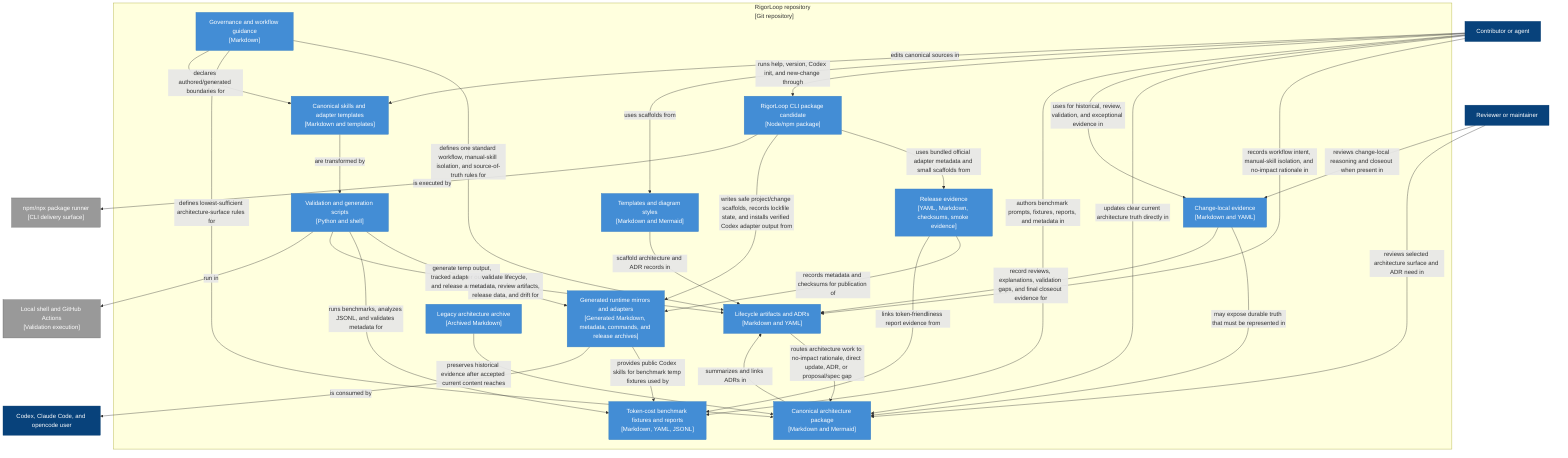
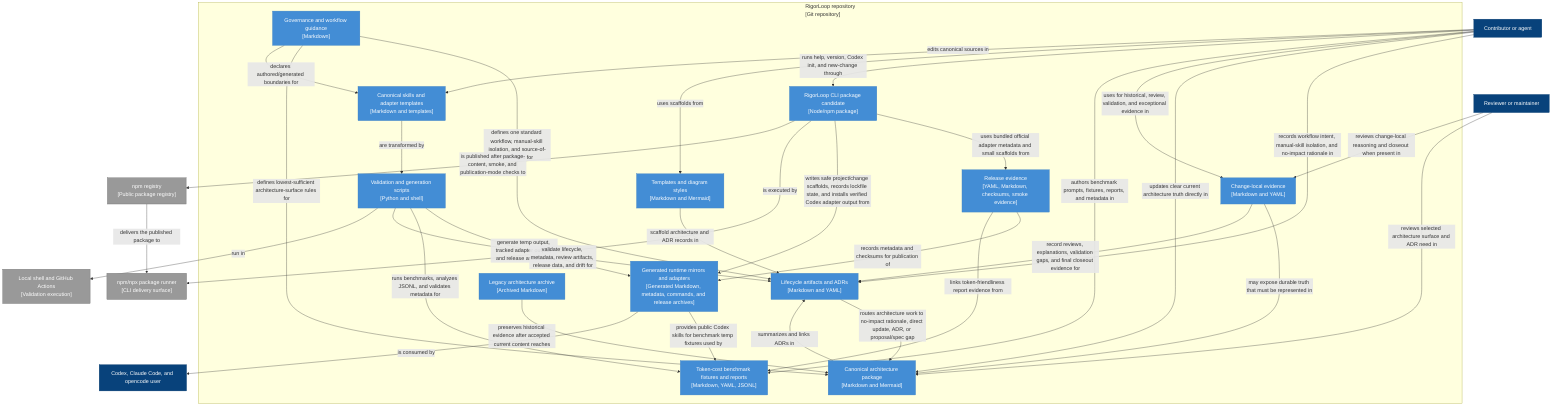
flowchart TB
  contributor["Contributor or agent"]:::person
  reviewer["Reviewer or maintainer"]:::person
  execution["Local shell and GitHub Actions<br/>[Validation execution]"]:::external
  package_runner["npm/npx package runner<br/>[CLI delivery surface]"]:::external
+   npm_registry["npm registry<br/>[Public package registry]"]:::external
  adapter_user["Codex, Claude Code, and opencode user"]:::person

  subgraph repo["RigorLoop repository<br/>[Git repository]"]
    governance["Governance and workflow guidance<br/>[Markdown]"]:::container
    lifecycle["Lifecycle artifacts and ADRs<br/>[Markdown and YAML]"]:::container
    token_bench["Token-cost benchmark fixtures and reports<br/>[Markdown, YAML, JSONL]"]:::container
    cli["RigorLoop CLI package candidate<br/>[Node/npm package]"]:::container
    architecture["Canonical architecture package<br/>[Markdown and Mermaid]"]:::container
    changes["Change-local evidence<br/>[Markdown and YAML]"]:::container
    templates["Templates and diagram styles<br/>[Markdown and Mermaid]"]:::container
    skills["Canonical skills and adapter templates<br/>[Markdown and templates]"]:::container
    scripts["Validation and generation scripts<br/>[Python and shell]"]:::container
    generated["Generated runtime mirrors and adapters<br/>[Generated Markdown, metadata, commands, and release archives]"]:::container
    release["Release evidence<br/>[YAML, Markdown, checksums, smoke evidence]"]:::container
    legacy["Legacy architecture archive<br/>[Archived Markdown]"]:::container
  end

  contributor -->|records workflow intent, manual-skill isolation, and no-impact rationale in| lifecycle
  contributor -->|updates clear current architecture truth directly in| architecture
  contributor -->|uses for historical, review, validation, and exceptional evidence in| changes
  contributor -->|authors benchmark prompts, fixtures, reports, and metadata in| token_bench
  contributor -->|runs help, version, Codex init, and new-change through| cli
  contributor -->|uses scaffolds from| templates
  contributor -->|edits canonical sources in| skills
  reviewer -->|reviews selected architecture surface and ADR need in| architecture
  reviewer -->|reviews change-local reasoning and closeout when present in| changes
  governance -->|defines one standard workflow, manual-skill isolation, and source-of-truth rules for| lifecycle
  governance -->|defines lowest-sufficient architecture-surface rules for| architecture
  governance -->|declares authored/generated boundaries for| skills
  lifecycle -->|routes architecture work to no-impact rationale, direct update, ADR, or proposal/spec gap| architecture
  changes -->|may expose durable truth that must be represented in| architecture
  changes -->|record reviews, explanations, validation gaps, and final closeout evidence for| lifecycle
  templates -->|scaffold architecture and ADR records in| lifecycle
  skills -->|are transformed by| scripts
  scripts -->|generate temp output, tracked adapter output, and release artifacts for| generated
  scripts -->|runs benchmarks, analyzes JSONL, and validates metadata for| token_bench
  cli -->|uses bundled official adapter metadata and small scaffolds from| release
  cli -->|writes safe project/change scaffolds, records lockfile state, and installs verified Codex adapter output from| generated
  cli -->|is executed by| package_runner
+   cli -->|is published after package-content, smoke, and publication-mode checks to| npm_registry
+   npm_registry -->|delivers the published package to| package_runner
  generated -->|provides public Codex skills for benchmark temp fixtures used by| token_bench
  scripts -->|validate lifecycle, metadata, review artifacts, release data, and drift for| lifecycle
  scripts -->|run in| execution
  release -->|records metadata and checksums for publication of| generated
  release -->|links token-friendliness report evidence from| token_bench
  generated -->|is consumed by| adapter_user
  legacy -->|preserves historical evidence after accepted current content reaches| architecture
  architecture -->|summarizes and links ADRs in| lifecycle

  classDef person fill:#08427b,stroke:#073b6f,color:#fff
  classDef system fill:#1168bd,stroke:#0e5aa7,color:#fff
  classDef external fill:#999,stroke:#666,color:#fff
  classDef container fill:#438dd5,stroke:#3c7fc0,color:#fff
